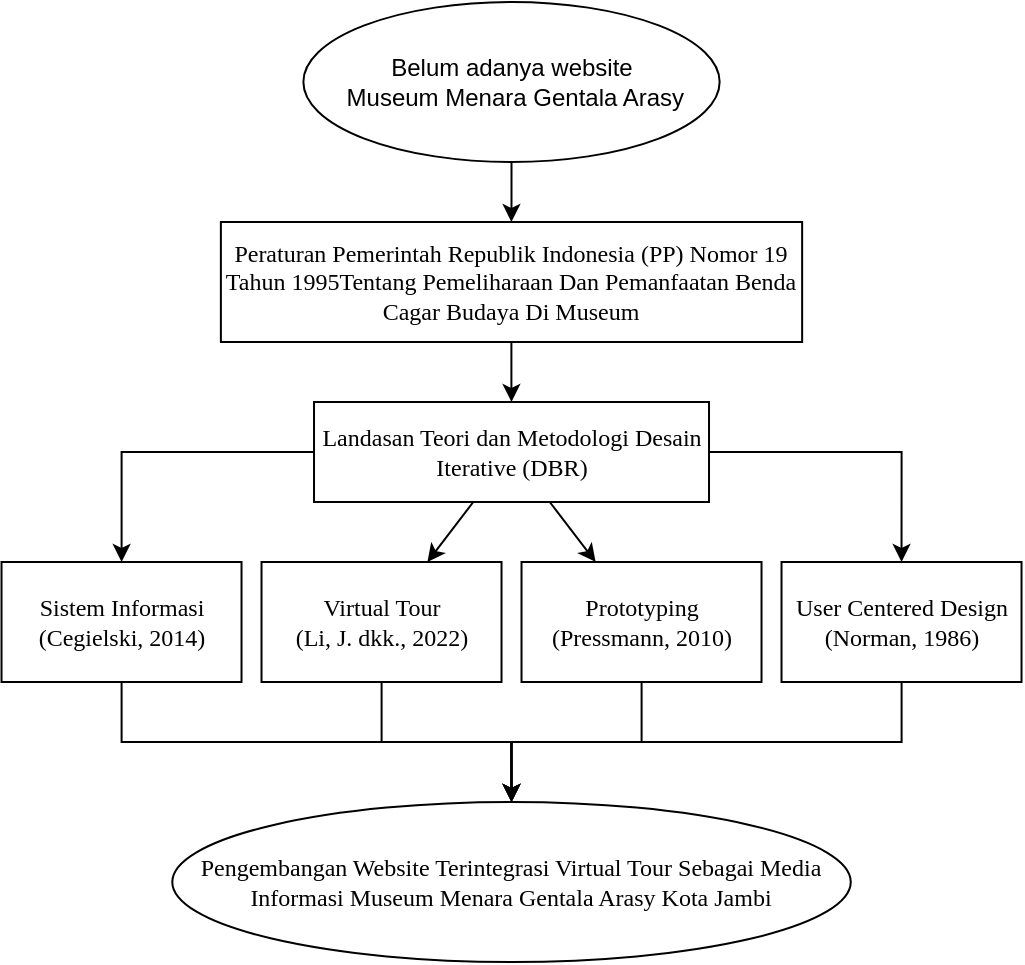
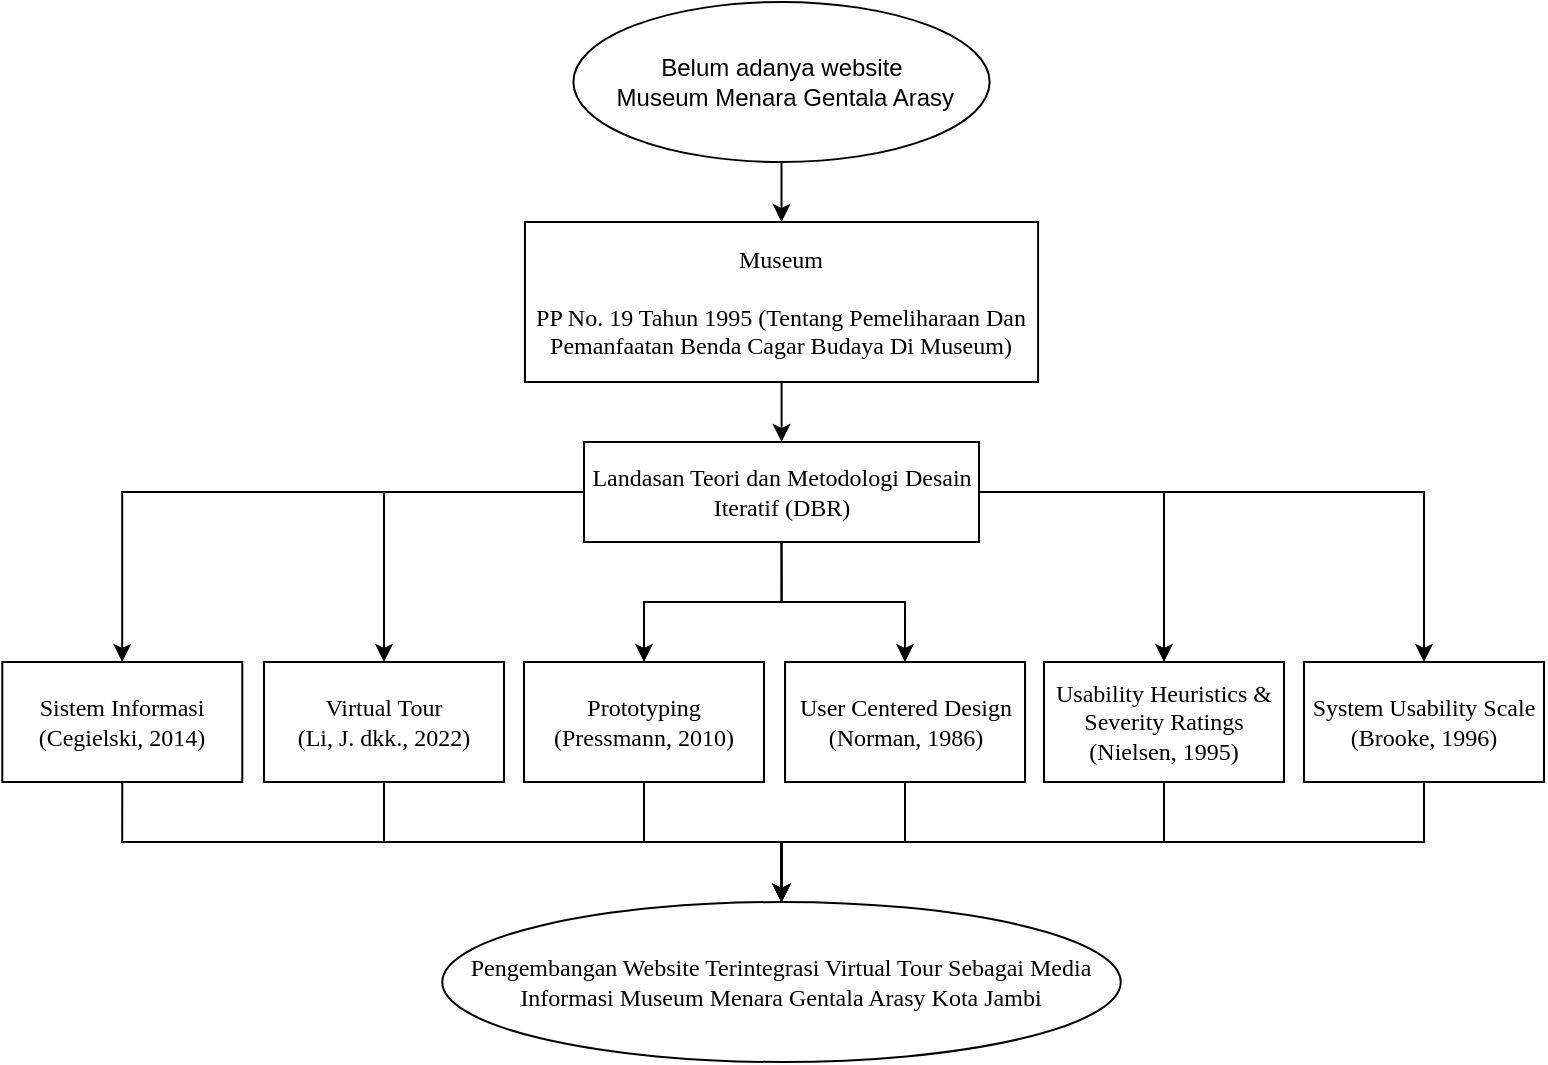
<mxfile host="app.diagrams.net">
  <diagram name="Page-1" id="Ab9Onvd0XckEkIWsnt0c">
    <mxGraphModel dx="1047" dy="576" grid="1" gridSize="10" guides="1" tooltips="1" connect="1" arrows="1" fold="1" page="1" pageScale="1" pageWidth="850" pageHeight="1100" math="0" shadow="0">
      <root>
        <mxCell id="0" />
        <mxCell id="1" parent="0" />
        <mxCell id="LzguQ4jzFuN5nB9k3A4X-25" edge="1" parent="1" source="LzguQ4jzFuN5nB9k3A4X-22" style="edgeStyle=orthogonalEdgeStyle;rounded=0;orthogonalLoop=1;jettySize=auto;html=1;fillColor=none;fontFamily=Times New Roman;" target="LzguQ4jzFuN5nB9k3A4X-24" value="">
          <mxGeometry relative="1" as="geometry" />
        </mxCell>
-         <mxCell id="LzguQ4jzFuN5nB9k3A4X-22" parent="1" style="rounded=0;whiteSpace=wrap;html=1;fillColor=none;glass=0;fontFamily=Times New Roman;" value="Peraturan Pemerintah Republik Indonesia (PP) Nomor 19 Tahun 1995Tentang Pemeliharaan Dan Pemanfaatan Benda Cagar Budaya Di Museum" vertex="1">
-           <mxGeometry height="60" width="290.63" x="273.44" y="180" as="geometry" />
+         <mxCell id="LzguQ4jzFuN5nB9k3A4X-22" parent="1" style="rounded=0;whiteSpace=wrap;html=1;fillColor=none;glass=0;fontFamily=Times New Roman;" value="Museum&lt;br&gt;&lt;br&gt;PP No. 19 Tahun 1995 (Tentang Pemeliharaan Dan Pemanfaatan Benda Cagar Budaya Di Museum)" vertex="1">
+           <mxGeometry height="80" width="256.56" x="290.48" y="180" as="geometry" />
        </mxCell>
        <mxCell id="LzguQ4jzFuN5nB9k3A4X-27" edge="1" parent="1" source="LzguQ4jzFuN5nB9k3A4X-24" style="edgeStyle=orthogonalEdgeStyle;rounded=0;orthogonalLoop=1;jettySize=auto;html=1;fillColor=none;fontFamily=Times New Roman;" target="LzguQ4jzFuN5nB9k3A4X-26" value="">
          <mxGeometry relative="1" as="geometry" />
        </mxCell>
-         <mxCell id="LzguQ4jzFuN5nB9k3A4X-29" edge="1" parent="1" source="LzguQ4jzFuN5nB9k3A4X-24" style="rounded=0;orthogonalLoop=1;jettySize=auto;html=1;fillColor=none;fontFamily=Times New Roman;" target="LzguQ4jzFuN5nB9k3A4X-28" value="">
+         <mxCell id="LzguQ4jzFuN5nB9k3A4X-29" edge="1" parent="1" source="LzguQ4jzFuN5nB9k3A4X-24" style="rounded=0;orthogonalLoop=1;jettySize=auto;html=1;fillColor=none;fontFamily=Times New Roman;entryX=0.5;entryY=0;entryDx=0;entryDy=0;exitX=0;exitY=0.5;exitDx=0;exitDy=0;edgeStyle=orthogonalEdgeStyle;" target="LzguQ4jzFuN5nB9k3A4X-28" value="">
          <mxGeometry relative="1" as="geometry" />
        </mxCell>
-         <mxCell id="LzguQ4jzFuN5nB9k3A4X-34" edge="1" parent="1" source="LzguQ4jzFuN5nB9k3A4X-24" style="edgeStyle=orthogonalEdgeStyle;rounded=0;orthogonalLoop=1;jettySize=auto;html=1;fillColor=none;entryX=0.5;entryY=0;entryDx=0;entryDy=0;fontFamily=Times New Roman;" target="LzguQ4jzFuN5nB9k3A4X-35">
+         <mxCell id="LzguQ4jzFuN5nB9k3A4X-34" edge="1" parent="1" source="LzguQ4jzFuN5nB9k3A4X-24" style="rounded=0;orthogonalLoop=1;jettySize=auto;html=1;fillColor=none;entryX=0.5;entryY=0;entryDx=0;entryDy=0;fontFamily=Times New Roman;exitX=0.5;exitY=1;exitDx=0;exitDy=0;edgeStyle=orthogonalEdgeStyle;" target="LzguQ4jzFuN5nB9k3A4X-35">
          <mxGeometry relative="1" as="geometry">
-             <mxPoint x="557.5" y="380" as="targetPoint" />
+             <mxPoint x="557.5" y="400" as="targetPoint" />
          </mxGeometry>
        </mxCell>
-         <mxCell id="LzguQ4jzFuN5nB9k3A4X-41" edge="1" parent="1" source="LzguQ4jzFuN5nB9k3A4X-24" style="rounded=0;orthogonalLoop=1;jettySize=auto;html=1;fontFamily=Times New Roman;" target="LzguQ4jzFuN5nB9k3A4X-33">
+         <mxCell id="LzguQ4jzFuN5nB9k3A4X-41" edge="1" parent="1" source="LzguQ4jzFuN5nB9k3A4X-24" style="rounded=0;orthogonalLoop=1;jettySize=auto;html=1;fontFamily=Times New Roman;exitX=0.5;exitY=1;exitDx=0;exitDy=0;edgeStyle=orthogonalEdgeStyle;" target="LzguQ4jzFuN5nB9k3A4X-33">
          <mxGeometry relative="1" as="geometry" />
        </mxCell>
-         <mxCell id="LzguQ4jzFuN5nB9k3A4X-24" parent="1" style="rounded=0;whiteSpace=wrap;html=1;fillColor=none;glass=0;fontFamily=Times New Roman;" value="Landasan Teori dan Metodologi Desain Iterative (DBR)" vertex="1">
-           <mxGeometry height="50" width="197.5" x="320.01" y="270" as="geometry" />
+         <mxCell id="ZyuizZP_ve4HKDdPEYf--2" edge="1" parent="1" source="LzguQ4jzFuN5nB9k3A4X-24" style="edgeStyle=orthogonalEdgeStyle;rounded=0;orthogonalLoop=1;jettySize=auto;html=1;" target="ZyuizZP_ve4HKDdPEYf--1" value="">
+           <mxGeometry relative="1" as="geometry" />
        </mxCell>
-         <mxCell id="LzguQ4jzFuN5nB9k3A4X-44" edge="1" parent="1" source="LzguQ4jzFuN5nB9k3A4X-26" style="edgeStyle=orthogonalEdgeStyle;rounded=0;orthogonalLoop=1;jettySize=auto;html=1;fontFamily=Times New Roman;" target="LzguQ4jzFuN5nB9k3A4X-42">
+         <mxCell id="ZyuizZP_ve4HKDdPEYf--6" edge="1" parent="1" source="LzguQ4jzFuN5nB9k3A4X-24" style="edgeStyle=orthogonalEdgeStyle;rounded=0;orthogonalLoop=1;jettySize=auto;html=1;" target="ZyuizZP_ve4HKDdPEYf--5" value="">
+           <mxGeometry relative="1" as="geometry" />
+         </mxCell>
+         <mxCell id="LzguQ4jzFuN5nB9k3A4X-24" parent="1" style="rounded=0;whiteSpace=wrap;html=1;fillColor=none;glass=0;fontFamily=Times New Roman;" value="Landasan Teori dan Metodologi Desain Iteratif (DBR)" vertex="1">
+           <mxGeometry height="50" width="197.5" x="320.01" y="290" as="geometry" />
+         </mxCell>
+         <mxCell id="LzguQ4jzFuN5nB9k3A4X-44" edge="1" parent="1" source="LzguQ4jzFuN5nB9k3A4X-26" style="edgeStyle=orthogonalEdgeStyle;rounded=0;orthogonalLoop=1;jettySize=auto;html=1;fontFamily=Times New Roman;exitX=0.5;exitY=1;exitDx=0;exitDy=0;" target="LzguQ4jzFuN5nB9k3A4X-42">
          <mxGeometry relative="1" as="geometry" />
        </mxCell>
        <mxCell id="LzguQ4jzFuN5nB9k3A4X-26" parent="1" style="whiteSpace=wrap;html=1;fillColor=none;rounded=0;glass=0;fontFamily=Times New Roman;" value="&lt;div&gt;&lt;span style=&quot;background-color: transparent; color: light-dark(rgb(0, 0, 0), rgb(255, 255, 255));&quot;&gt;Sistem Informasi (Cegielski, 2014)&lt;/span&gt;&lt;/div&gt;" vertex="1">
-           <mxGeometry height="60" width="120" x="163.76" y="350" as="geometry" />
+           <mxGeometry height="60" width="120" x="29.139999999999986" y="400" as="geometry" />
        </mxCell>
        <mxCell id="LzguQ4jzFuN5nB9k3A4X-47" edge="1" parent="1" source="LzguQ4jzFuN5nB9k3A4X-28" style="edgeStyle=orthogonalEdgeStyle;rounded=0;orthogonalLoop=1;jettySize=auto;html=1;entryX=0.5;entryY=0;entryDx=0;entryDy=0;fontFamily=Times New Roman;" target="LzguQ4jzFuN5nB9k3A4X-42">
          <mxGeometry relative="1" as="geometry" />
        </mxCell>
        <mxCell id="LzguQ4jzFuN5nB9k3A4X-28" parent="1" style="whiteSpace=wrap;html=1;fillColor=none;rounded=0;glass=0;fontFamily=Times New Roman;" value="Virtual Tour&lt;div&gt;(Li, J. dkk., 2022)&lt;/div&gt;" vertex="1">
-           <mxGeometry height="60" width="120" x="293.76" y="350" as="geometry" />
+           <mxGeometry height="60" width="120" x="160" y="400" as="geometry" />
        </mxCell>
        <mxCell id="LzguQ4jzFuN5nB9k3A4X-45" edge="1" parent="1" source="LzguQ4jzFuN5nB9k3A4X-33" style="edgeStyle=orthogonalEdgeStyle;rounded=0;orthogonalLoop=1;jettySize=auto;html=1;fontFamily=Times New Roman;" target="LzguQ4jzFuN5nB9k3A4X-42">
          <mxGeometry relative="1" as="geometry" />
        </mxCell>
        <mxCell id="LzguQ4jzFuN5nB9k3A4X-33" parent="1" style="whiteSpace=wrap;html=1;fillColor=none;fontFamily=Times New Roman;" value="Prototyping (Pressmann, 2010)" vertex="1">
-           <mxGeometry height="60" width="120" x="423.76" y="350" as="geometry" />
+           <mxGeometry height="60" width="120" x="290" y="400" as="geometry" />
        </mxCell>
        <mxCell id="LzguQ4jzFuN5nB9k3A4X-46" edge="1" parent="1" source="LzguQ4jzFuN5nB9k3A4X-35" style="edgeStyle=orthogonalEdgeStyle;rounded=0;orthogonalLoop=1;jettySize=auto;html=1;fontFamily=Times New Roman;" target="LzguQ4jzFuN5nB9k3A4X-42">
          <mxGeometry relative="1" as="geometry" />
        </mxCell>
        <mxCell id="LzguQ4jzFuN5nB9k3A4X-35" parent="1" style="whiteSpace=wrap;html=1;fillColor=none;fontFamily=Times New Roman;" value="User Centered Design (Norman, 1986)" vertex="1">
-           <mxGeometry height="60" width="120" x="553.76" y="350" as="geometry" />
+           <mxGeometry height="60" width="120" x="420.51" y="400" as="geometry" />
        </mxCell>
        <mxCell id="LzguQ4jzFuN5nB9k3A4X-40" edge="1" parent="1" source="LzguQ4jzFuN5nB9k3A4X-39" style="edgeStyle=orthogonalEdgeStyle;rounded=0;orthogonalLoop=1;jettySize=auto;html=1;fontFamily=Times New Roman;" target="LzguQ4jzFuN5nB9k3A4X-22">
          <mxGeometry relative="1" as="geometry" />
        </mxCell>
        <mxCell id="LzguQ4jzFuN5nB9k3A4X-39" parent="1" style="ellipse;whiteSpace=wrap;html=1;fillColor=none;" value="Belum adanya website&lt;div&gt;&amp;nbsp;Museum Menara Gentala Arasy&lt;/div&gt;" vertex="1">
          <mxGeometry height="80" width="208.13" x="314.69" y="70" as="geometry" />
        </mxCell>
        <mxCell id="LzguQ4jzFuN5nB9k3A4X-42" parent="1" style="ellipse;fillColor=none;fontFamily=Times New Roman;whiteSpace=wrap;" value="Pengembangan Website Terintegrasi Virtual Tour Sebagai Media Informasi Museum Menara Gentala Arasy Kota Jambi" vertex="1">
-           <mxGeometry height="80" width="339.24" x="249.14" y="470" as="geometry" />
+           <mxGeometry height="80" width="339.24" x="249.14" y="520" as="geometry" />
+         </mxCell>
+         <mxCell id="ZyuizZP_ve4HKDdPEYf--3" edge="1" parent="1" source="ZyuizZP_ve4HKDdPEYf--1" style="edgeStyle=orthogonalEdgeStyle;rounded=0;orthogonalLoop=1;jettySize=auto;html=1;entryX=0.5;entryY=0;entryDx=0;entryDy=0;exitX=0.5;exitY=1;exitDx=0;exitDy=0;" target="LzguQ4jzFuN5nB9k3A4X-42">
+           <mxGeometry relative="1" as="geometry" />
+         </mxCell>
+         <mxCell id="ZyuizZP_ve4HKDdPEYf--1" parent="1" style="whiteSpace=wrap;html=1;fontFamily=Times New Roman;fillColor=none;rounded=0;glass=0;" value="&lt;div&gt;Usability Heuristics &amp;amp; Severity Ratings&lt;/div&gt;(&lt;span style=&quot;background-color: transparent; color: light-dark(rgb(0, 0, 0), rgb(255, 255, 255));&quot;&gt;Nielsen, 1995)&lt;/span&gt;" vertex="1">
+           <mxGeometry height="60" width="120" x="550" y="400" as="geometry" />
+         </mxCell>
+         <mxCell id="ZyuizZP_ve4HKDdPEYf--7" edge="1" parent="1" source="ZyuizZP_ve4HKDdPEYf--5" style="edgeStyle=orthogonalEdgeStyle;rounded=0;orthogonalLoop=1;jettySize=auto;html=1;exitX=0.5;exitY=1;exitDx=0;exitDy=0;" target="LzguQ4jzFuN5nB9k3A4X-42">
+           <mxGeometry relative="1" as="geometry" />
+         </mxCell>
+         <mxCell id="ZyuizZP_ve4HKDdPEYf--5" parent="1" style="whiteSpace=wrap;html=1;fontFamily=Times New Roman;fillColor=none;rounded=0;glass=0;" value="System Usability Scale (Brooke, 1996)" vertex="1">
+           <mxGeometry height="60" width="120" x="680" y="400" as="geometry" />
        </mxCell>
      </root>
    </mxGraphModel>
  </diagram>
</mxfile>
